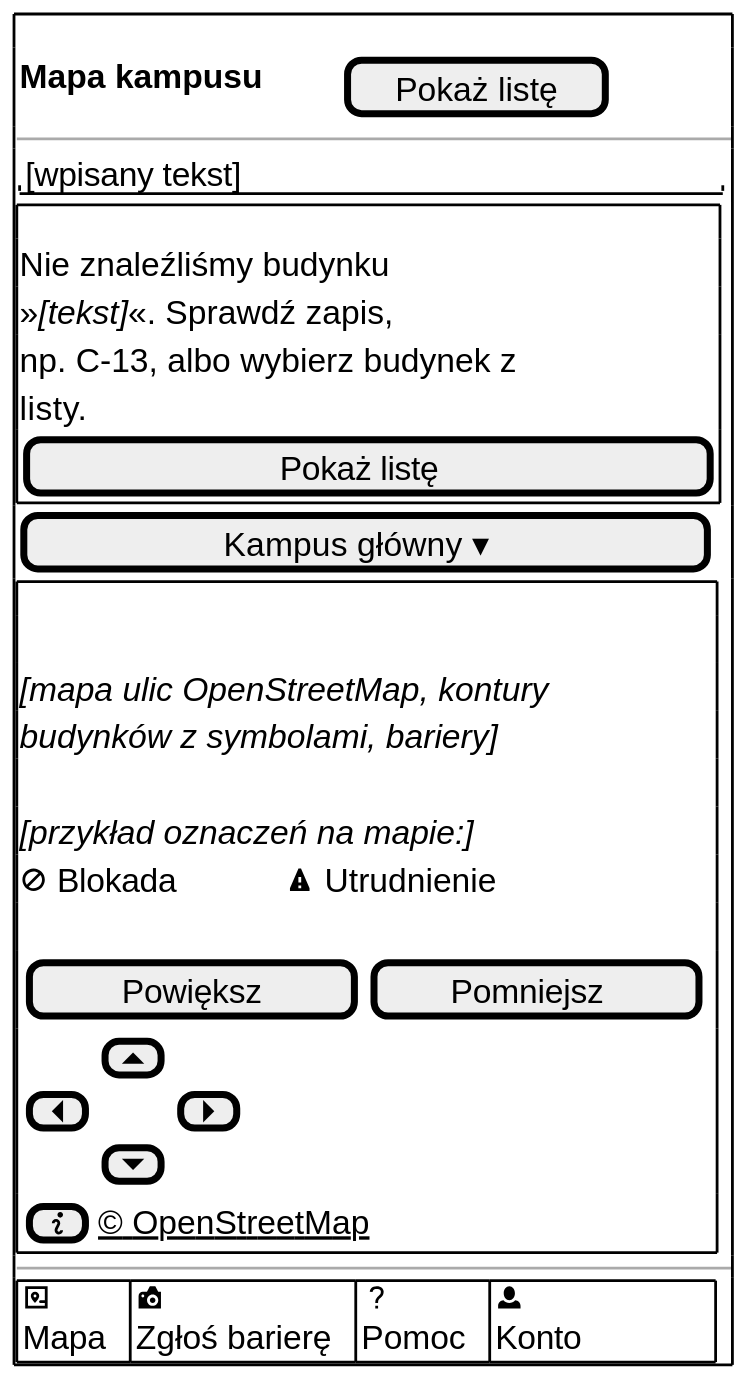
The PlantUML diagram docs/docs/_generated/m-v1-mapa-pusty.svg in dostepny-kampus/dostepny-kampus, before a commit. The source it was exported from:
```plantuml
@startsalt
' V1 Mapa kampusu, stan pusty: brak wyniku wyszukiwania (UC1 3a).
!include _wspolne.iuml
!include _odwiedzajacy.iuml
$ekran_poczatek()
$naglowek_mapy("Pokaż listę")
$pole_tekstowe("[wpisany tekst]")
$komunikat("Nie znaleźliśmy budynku »<i>[tekst]</i>«. Sprawdź zapis, np. C-13, albo wybierz budynek z listy.", "Pokaż listę")
$przycisk("Kampus główny ▾")
$mapa("mapa ulic OpenStreetMap, kontury budynków z symbolami, bariery", $blokada() + $dk_spacje(6) + $utrudnienie(), "info")
$pasek_dolny_konto()
$ekran_koniec()
@endsalt
```
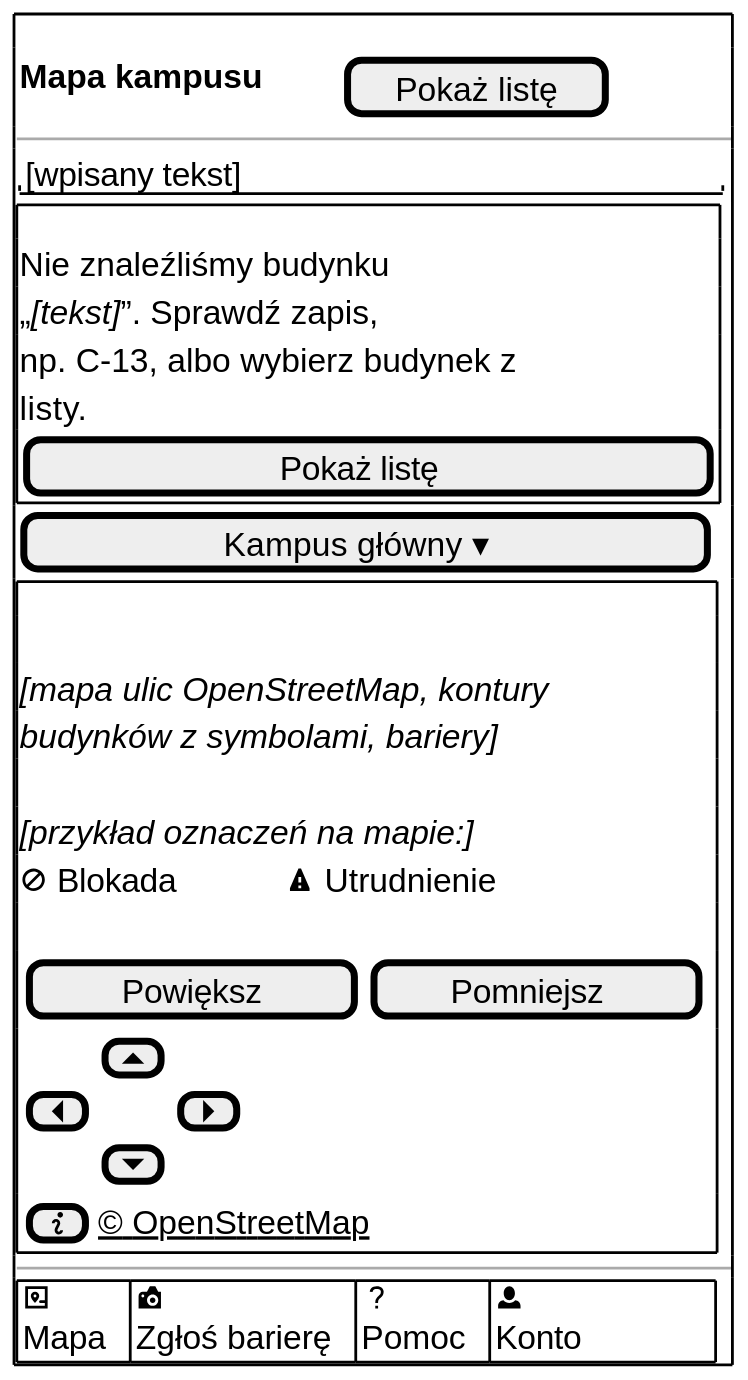
Later version of the same file.

The edit, as a diff of the source:
```diff
@@ -5,7 +5,7 @@
 $ekran_poczatek()
 $naglowek_mapy("Pokaż listę")
 $pole_tekstowe("[wpisany tekst]")
-$komunikat("Nie znaleźliśmy budynku »<i>[tekst]</i>«. Sprawdź zapis, np. C-13, albo wybierz budynek z listy.", "Pokaż listę")
+$komunikat("Nie znaleźliśmy budynku „<i>[tekst]</i>”. Sprawdź zapis, np. C-13, albo wybierz budynek z listy.", "Pokaż listę")
 $przycisk("Kampus główny ▾")
 $mapa("mapa ulic OpenStreetMap, kontury budynków z symbolami, bariery", $blokada() + $dk_spacje(6) + $utrudnienie(), "info")
 $pasek_dolny_konto()
```
